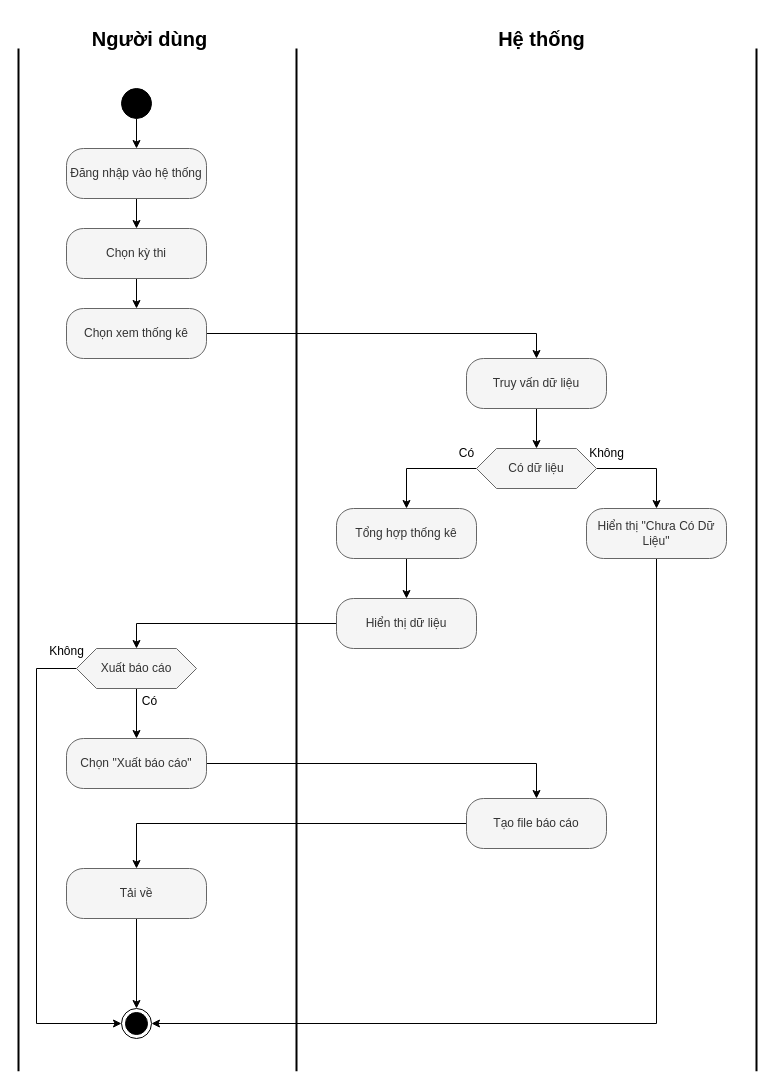
This is Documents/draw/hoat-dong/bao-cao/bao-cao.drawio from copecute/do-an-tot-nghiep, a draw.io file, before an edit. Source tidied: cells renumbered, new cells numbered last; positions are measured from the earlier drawing's top-left corner, leaving out a move shared by most shapes. Both pictures are drawn from the tidied source at 100%, with x=0, y=0 at pixel (18, 18).
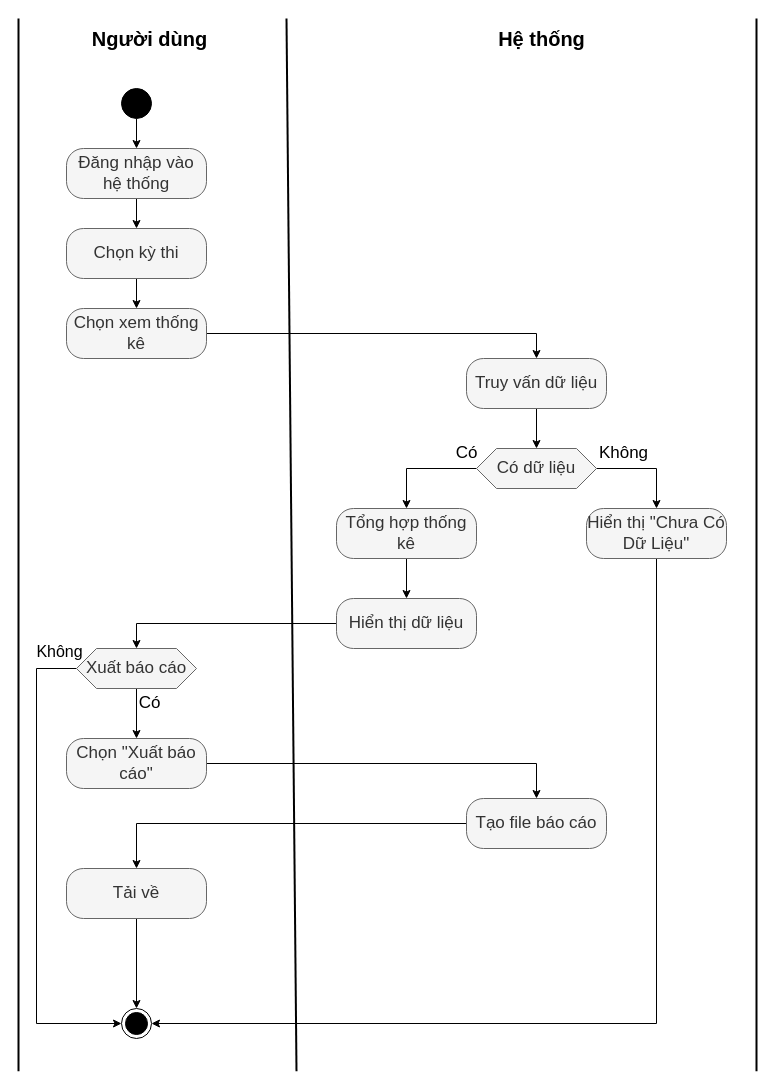
The same diagram, later.

What changed in the source:
```diff
@@
-    <mxCell id="2" style="edgeStyle=orthogonalEdgeStyle;rounded=0;jettySize=auto;html=1;" parent="1" edge="1" source="3" target="5">
+    <mxCell id="2" style="edgeStyle=orthogonalEdgeStyle;rounded=0;jettySize=auto;html=1;fontSize=17;" parent="1" edge="1" source="3" target="5">
       <mxGeometry relative="1" as="geometry" />
     </mxCell>
-    <mxCell id="3" value="Đăng nhập vào hệ thống" style="rounded=1;whiteSpace=wrap;html=1;fillColor=#f5f5f5;fontColor=#333333;strokeColor=#666666;arcSize=34;" parent="1" vertex="1">
+    <mxCell id="3" value="Đăng nhập vào hệ thống" style="rounded=1;whiteSpace=wrap;html=1;fillColor=#f5f5f5;fontColor=#333333;strokeColor=#666666;arcSize=34;fontSize=17;" parent="1" vertex="1">
       <mxGeometry x="48" y="130" width="140" height="50" as="geometry" />
     </mxCell>
-    <mxCell id="4" style="edgeStyle=orthogonalEdgeStyle;rounded=0;jettySize=auto;html=1;" parent="1" edge="1" source="5" target="7">
+    <mxCell id="4" style="edgeStyle=orthogonalEdgeStyle;rounded=0;jettySize=auto;html=1;fontSize=17;" parent="1" edge="1" source="5" target="7">
       <mxGeometry relative="1" as="geometry" />
     </mxCell>
-    <mxCell id="5" value="Chọn kỳ thi" style="rounded=1;whiteSpace=wrap;html=1;fillColor=#f5f5f5;fontColor=#333333;strokeColor=#666666;arcSize=34;" parent="1" vertex="1">
+    <mxCell id="5" value="Chọn kỳ thi" style="rounded=1;whiteSpace=wrap;html=1;fillColor=#f5f5f5;fontColor=#333333;strokeColor=#666666;arcSize=34;fontSize=17;" parent="1" vertex="1">
       <mxGeometry x="48" y="210" width="140" height="50" as="geometry" />
     </mxCell>
-    <mxCell id="6" style="edgeStyle=orthogonalEdgeStyle;rounded=0;jettySize=auto;html=1;" parent="1" edge="1" source="7" target="9">
+    <mxCell id="6" style="edgeStyle=orthogonalEdgeStyle;rounded=0;jettySize=auto;html=1;fontSize=17;" parent="1" edge="1" source="7" target="9">
       <mxGeometry relative="1" as="geometry">
         <Array as="points">
           <mxPoint x="518" y="315" />
         </Array>
       </mxGeometry>
     </mxCell>
-    <mxCell id="7" value="Chọn xem thống kê" style="rounded=1;whiteSpace=wrap;html=1;fillColor=#f5f5f5;fontColor=#333333;strokeColor=#666666;arcSize=34;" parent="1" vertex="1">
+    <mxCell id="7" value="Chọn xem thống kê" style="rounded=1;whiteSpace=wrap;html=1;fillColor=#f5f5f5;fontColor=#333333;strokeColor=#666666;arcSize=34;fontSize=17;" parent="1" vertex="1">
       <mxGeometry x="48" y="290" width="140" height="50" as="geometry" />
     </mxCell>
-    <mxCell id="8" style="edgeStyle=orthogonalEdgeStyle;rounded=0;jettySize=auto;html=1;" parent="1" edge="1" source="9" target="12">
+    <mxCell id="8" style="edgeStyle=orthogonalEdgeStyle;rounded=0;jettySize=auto;html=1;fontSize=17;" parent="1" edge="1" source="9" target="12">
       <mxGeometry relative="1" as="geometry" />
     </mxCell>
-    <mxCell id="9" value="Truy vấn dữ liệu" style="rounded=1;whiteSpace=wrap;html=1;fillColor=#f5f5f5;fontColor=#333333;strokeColor=#666666;arcSize=34;" parent="1" vertex="1">
+    <mxCell id="9" value="Truy vấn dữ liệu" style="rounded=1;whiteSpace=wrap;html=1;fillColor=#f5f5f5;fontColor=#333333;strokeColor=#666666;arcSize=34;fontSize=17;" parent="1" vertex="1">
       <mxGeometry x="448" y="340" width="140" height="50" as="geometry" />
     </mxCell>
-    <mxCell id="10" style="edgeStyle=orthogonalEdgeStyle;rounded=0;jettySize=auto;html=1;" parent="1" edge="1" source="12" target="14">
+    <mxCell id="10" style="edgeStyle=orthogonalEdgeStyle;rounded=0;jettySize=auto;html=1;fontSize=17;" parent="1" edge="1" source="12" target="14">
       <mxGeometry relative="1" as="geometry">
         <Array as="points">
           <mxPoint x="388" y="450" />
         </Array>
       </mxGeometry>
     </mxCell>
-    <mxCell id="11" style="edgeStyle=orthogonalEdgeStyle;rounded=0;jettySize=auto;html=1;entryX=0.5;entryY=0;entryDx=0;entryDy=0;" parent="1" edge="1" source="12" target="18">
+    <mxCell id="11" style="edgeStyle=orthogonalEdgeStyle;rounded=0;jettySize=auto;html=1;entryX=0.5;entryY=0;entryDx=0;entryDy=0;fontSize=17;" parent="1" edge="1" source="12" target="18">
       <mxGeometry relative="1" as="geometry">
         <Array as="points">
           <mxPoint x="638" y="450" />
         </Array>
       </mxGeometry>
     </mxCell>
-    <mxCell id="12" value="Có dữ liệu" style="shape=hexagon;perimeter=hexagonPerimeter2;whiteSpace=wrap;html=1;fixedSize=1;fillColor=#f5f5f5;fontColor=#333333;strokeColor=#666666;" parent="1" vertex="1">
+    <mxCell id="12" value="Có dữ liệu" style="shape=hexagon;perimeter=hexagonPerimeter2;whiteSpace=wrap;html=1;fixedSize=1;fillColor=#f5f5f5;fontColor=#333333;strokeColor=#666666;fontSize=17;" parent="1" vertex="1">
       <mxGeometry x="458" y="430" width="120" height="40" as="geometry" />
     </mxCell>
-    <mxCell id="13" style="edgeStyle=orthogonalEdgeStyle;rounded=0;jettySize=auto;html=1;" parent="1" edge="1" source="14" target="16">
+    <mxCell id="13" style="edgeStyle=orthogonalEdgeStyle;rounded=0;jettySize=auto;html=1;fontSize=17;" parent="1" edge="1" source="14" target="16">
       <mxGeometry relative="1" as="geometry" />
     </mxCell>
-    <mxCell id="14" value="Tổng hợp thống kê" style="rounded=1;whiteSpace=wrap;html=1;fillColor=#f5f5f5;fontColor=#333333;strokeColor=#666666;arcSize=34;" parent="1" vertex="1">
+    <mxCell id="14" value="Tổng hợp thống kê" style="rounded=1;whiteSpace=wrap;html=1;fillColor=#f5f5f5;fontColor=#333333;strokeColor=#666666;arcSize=34;fontSize=17;" parent="1" vertex="1">
       <mxGeometry x="318" y="490" width="140" height="50" as="geometry" />
     </mxCell>
-    <mxCell id="15" style="edgeStyle=orthogonalEdgeStyle;rounded=0;jettySize=auto;html=1;entryX=0.5;entryY=0;entryDx=0;entryDy=0;" parent="1" edge="1" source="16" target="23">
+    <mxCell id="15" style="edgeStyle=orthogonalEdgeStyle;rounded=0;jettySize=auto;html=1;entryX=0.5;entryY=0;entryDx=0;entryDy=0;fontSize=17;" parent="1" edge="1" source="16" target="23">
       <mxGeometry relative="1" as="geometry" />
     </mxCell>
-    <mxCell id="16" value="Hiển thị dữ liệu" style="rounded=1;whiteSpace=wrap;html=1;fillColor=#f5f5f5;fontColor=#333333;strokeColor=#666666;arcSize=34;" parent="1" vertex="1">
+    <mxCell id="16" value="Hiển thị dữ liệu" style="rounded=1;whiteSpace=wrap;html=1;fillColor=#f5f5f5;fontColor=#333333;strokeColor=#666666;arcSize=34;fontSize=17;" parent="1" vertex="1">
       <mxGeometry x="318" y="580" width="140" height="50" as="geometry" />
     </mxCell>
-    <mxCell id="17" style="edgeStyle=orthogonalEdgeStyle;rounded=0;jettySize=auto;html=1;entryX=1;entryY=0.5;entryDx=0;entryDy=0;" parent="1" edge="1" source="18" target="27">
+    <mxCell id="17" style="edgeStyle=orthogonalEdgeStyle;rounded=0;jettySize=auto;html=1;entryX=1;entryY=0.5;entryDx=0;entryDy=0;fontSize=17;" parent="1" edge="1" source="18" target="27">
       <mxGeometry relative="1" as="geometry">
         <Array as="points">
           <mxPoint x="638" y="1005" />
         </Array>
       </mxGeometry>
     </mxCell>
-    <mxCell id="18" value="Hiển thị &quot;Chưa Có Dữ Liệu&quot;" style="rounded=1;whiteSpace=wrap;html=1;fillColor=#f5f5f5;fontColor=#333333;strokeColor=#666666;arcSize=34;" parent="1" vertex="1">
+    <mxCell id="18" value="Hiển thị &quot;Chưa Có Dữ Liệu&quot;" style="rounded=1;whiteSpace=wrap;html=1;fillColor=#f5f5f5;fontColor=#333333;strokeColor=#666666;arcSize=34;fontSize=17;" parent="1" vertex="1">
       <mxGeometry x="568" y="490" width="140" height="50" as="geometry" />
     </mxCell>
-    <mxCell id="19" value="Có" style="text;html=1;align=center;verticalAlign=middle;strokeColor=none;fillColor=none;" parent="1" vertex="1">
-      <mxGeometry x="428" y="420" width="40" height="30" as="geometry" />
+    <mxCell id="19" value="Có" style="text;html=1;align=center;verticalAlign=middle;strokeColor=none;fillColor=none;fontSize=17;" parent="1" vertex="1">
+      <mxGeometry x="423" y="420" width="50" height="30" as="geometry" />
     </mxCell>
-    <mxCell id="20" value="Không" style="text;html=1;align=center;verticalAlign=middle;strokeColor=none;fillColor=none;" parent="1" vertex="1">
-      <mxGeometry x="558" y="420" width="60" height="30" as="geometry" />
+    <mxCell id="20" value="Không" style="text;html=1;align=center;verticalAlign=middle;strokeColor=none;fillColor=none;fontSize=17;" parent="1" vertex="1">
+      <mxGeometry x="570" y="420" width="70" height="30" as="geometry" />
     </mxCell>
-    <mxCell id="21" style="edgeStyle=orthogonalEdgeStyle;rounded=0;jettySize=auto;html=1;" parent="1" edge="1" source="23" target="25">
+    <mxCell id="21" style="edgeStyle=orthogonalEdgeStyle;rounded=0;jettySize=auto;html=1;fontSize=17;" parent="1" edge="1" source="23" target="25">
       <mxGeometry relative="1" as="geometry" />
     </mxCell>
@@
-    <mxCell id="23" value="Xuất báo cáo" style="shape=hexagon;perimeter=hexagonPerimeter2;whiteSpace=wrap;html=1;fixedSize=1;fillColor=#f5f5f5;fontColor=#333333;strokeColor=#666666;" parent="1" vertex="1">
+    <mxCell id="23" value="Xuất báo cáo" style="shape=hexagon;perimeter=hexagonPerimeter2;whiteSpace=wrap;html=1;fixedSize=1;fillColor=#f5f5f5;fontColor=#333333;strokeColor=#666666;fontSize=17;" parent="1" vertex="1">
       <mxGeometry x="58" y="630" width="120" height="40" as="geometry" />
     </mxCell>
-    <mxCell id="24" style="edgeStyle=orthogonalEdgeStyle;rounded=0;jettySize=auto;html=1;" parent="1" edge="1" source="25" target="31">
+    <mxCell id="24" style="edgeStyle=orthogonalEdgeStyle;rounded=0;jettySize=auto;html=1;fontSize=17;" parent="1" edge="1" source="25" target="31">
       <mxGeometry relative="1" as="geometry" />
     </mxCell>
-    <mxCell id="25" value="Chọn &quot;Xuất báo cáo&quot;" style="rounded=1;whiteSpace=wrap;html=1;fillColor=#f5f5f5;fontColor=#333333;strokeColor=#666666;arcSize=34;" parent="1" vertex="1">
+    <mxCell id="25" value="Chọn &quot;Xuất báo cáo&quot;" style="rounded=1;whiteSpace=wrap;html=1;fillColor=#f5f5f5;fontColor=#333333;strokeColor=#666666;arcSize=34;fontSize=17;" parent="1" vertex="1">
       <mxGeometry x="48" y="720" width="140" height="50" as="geometry" />
     </mxCell>
-    <mxCell id="26" value="Có" style="text;html=1;align=center;verticalAlign=middle;strokeColor=none;fillColor=none;" parent="1" vertex="1">
-      <mxGeometry x="111" y="668" width="40" height="30" as="geometry" />
+    <mxCell id="26" value="Có" style="text;html=1;align=center;verticalAlign=middle;strokeColor=none;fillColor=none;fontSize=17;" parent="1" vertex="1">
+      <mxGeometry x="106" y="670" width="50" height="30" as="geometry" />
     </mxCell>
-    <mxCell id="27" style="ellipse;html=1;shape=endState;fillColor=#000000;strokeColor=light-dark(#000000, #ff9090);" parent="1" vertex="1">
+    <mxCell id="27" style="ellipse;html=1;shape=endState;fillColor=#000000;strokeColor=light-dark(#000000, #ff9090);fontSize=17;" parent="1" vertex="1">
       <mxGeometry x="103" y="990" width="30" height="30" as="geometry" />
     </mxCell>
@@
-    <mxCell id="30" style="edgeStyle=orthogonalEdgeStyle;rounded=0;jettySize=auto;html=1;" parent="1" edge="1" source="31" target="33">
+    <mxCell id="30" style="edgeStyle=orthogonalEdgeStyle;rounded=0;jettySize=auto;html=1;fontSize=17;" parent="1" edge="1" source="31" target="33">
       <mxGeometry relative="1" as="geometry" />
     </mxCell>
-    <mxCell id="31" value="Tạo file báo cáo" style="rounded=1;whiteSpace=wrap;html=1;fillColor=#f5f5f5;fontColor=#333333;strokeColor=#666666;arcSize=34;" parent="1" vertex="1">
+    <mxCell id="31" value="Tạo file báo cáo" style="rounded=1;whiteSpace=wrap;html=1;fillColor=#f5f5f5;fontColor=#333333;strokeColor=#666666;arcSize=34;fontSize=17;" parent="1" vertex="1">
       <mxGeometry x="448" y="780" width="140" height="50" as="geometry" />
     </mxCell>
-    <mxCell id="32" style="edgeStyle=orthogonalEdgeStyle;rounded=0;jettySize=auto;html=1;" parent="1" edge="1" source="33" target="27">
+    <mxCell id="32" style="edgeStyle=orthogonalEdgeStyle;rounded=0;jettySize=auto;html=1;fontSize=17;" parent="1" edge="1" source="33" target="27">
       <mxGeometry relative="1" as="geometry" />
     </mxCell>
-    <mxCell id="33" value="Tải về" style="rounded=1;whiteSpace=wrap;html=1;fillColor=#f5f5f5;fontColor=#333333;strokeColor=#666666;arcSize=34;" parent="1" vertex="1">
+    <mxCell id="33" value="Tải về" style="rounded=1;whiteSpace=wrap;html=1;fillColor=#f5f5f5;fontColor=#333333;strokeColor=#666666;arcSize=34;fontSize=17;" parent="1" vertex="1">
       <mxGeometry x="48" y="850" width="140" height="50" as="geometry" />
     </mxCell>
-    <mxCell id="34" value="Không" style="text;html=1;align=center;verticalAlign=middle;strokeColor=none;fillColor=none;" parent="1" vertex="1">
-      <mxGeometry x="18" y="618" width="60" height="30" as="geometry" />
+    <mxCell id="34" value="Không" style="text;html=1;align=center;verticalAlign=middle;strokeColor=none;fillColor=none;fontSize=16;" parent="1" vertex="1">
+      <mxGeometry x="6" y="618" width="70" height="30" as="geometry" />
     </mxCell>
     <mxCell id="35" style="endArrow=none;html=1;rounded=0;endSize=10;startSize=10;strokeWidth=2;" parent="1" edge="1">
       <mxGeometry relative="1" as="geometry">
         <mxPoint x="278" y="1052.8" as="sourcePoint" />
-        <mxPoint x="278" y="30" as="targetPoint" />
+        <mxPoint x="268" as="targetPoint" />
       </mxGeometry>
     </mxCell>
     <mxCell id="36" style="endArrow=none;html=1;rounded=0;endSize=10;startSize=10;strokeWidth=2;" parent="1" edge="1">
       <mxGeometry relative="1" as="geometry">
         <mxPoint y="1052.8" as="sourcePoint" />
-        <mxPoint y="30" as="targetPoint" />
+        <mxPoint as="targetPoint" />
       </mxGeometry>
     </mxCell>
     <mxCell id="37" style="endArrow=none;html=1;rounded=0;endSize=10;startSize=10;strokeWidth=2;" parent="1" edge="1">
       <mxGeometry relative="1" as="geometry">
         <mxPoint x="738" y="1052.8" as="sourcePoint" />
-        <mxPoint x="738" y="30" as="targetPoint" />
+        <mxPoint x="738" as="targetPoint" />
       </mxGeometry>
     </mxCell>
```
